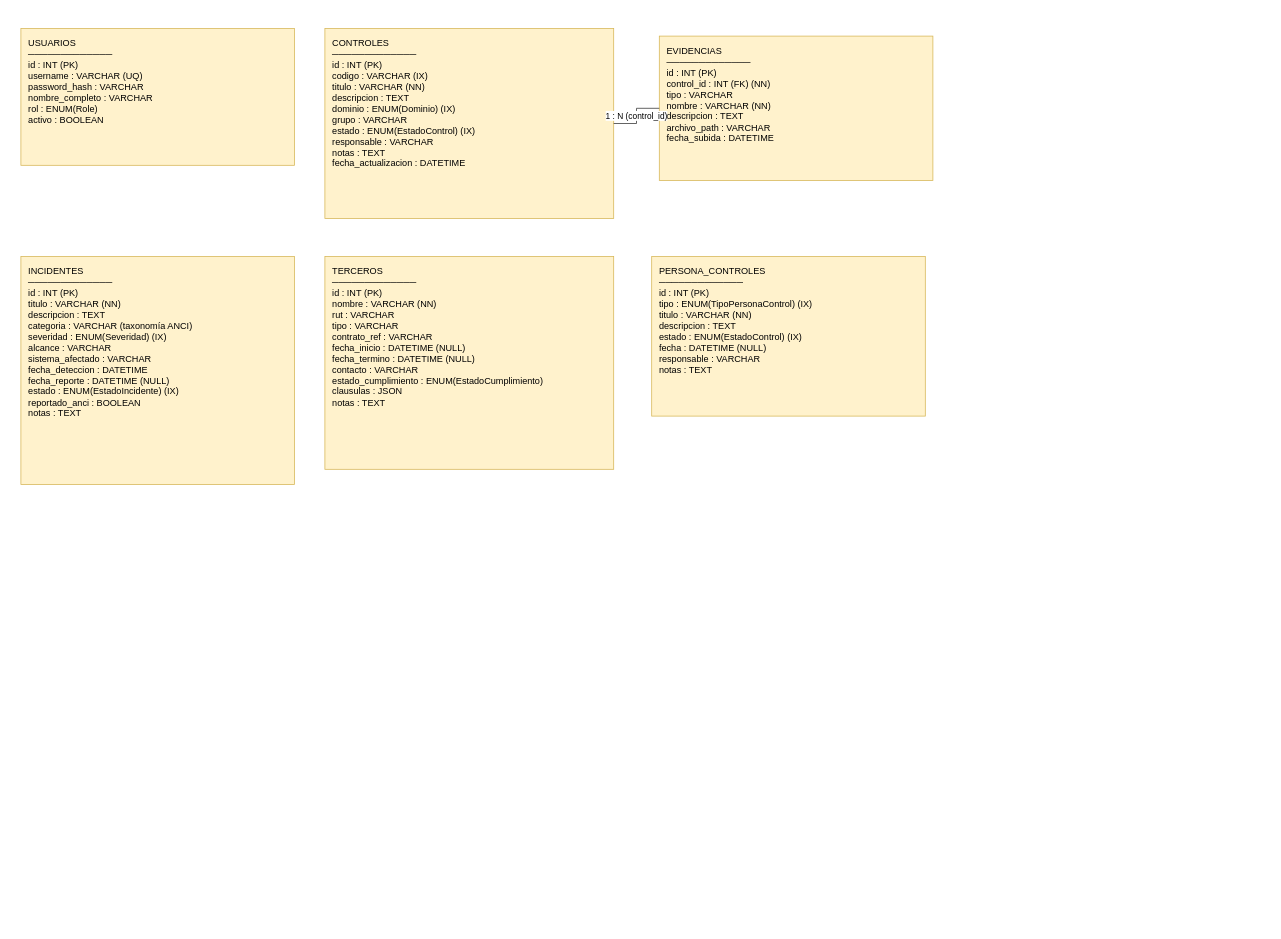
The draw.io diagram Documentacion/Entregas/U2-Desarrollo_e_Implementacion/05_modelo_datos/05a_modelo_datos.drawio in pbahamondez-inacap/proyectotitulo-inacap-Pbahamondez, before the edit. Source tidied: cells renumbered, new cells numbered last; positions are measured from the earlier drawing's top-left corner, leaving out a move shared by most shapes. Both pictures are drawn from the tidied source at 76%, with x=0, y=0 at pixel (21, 28).
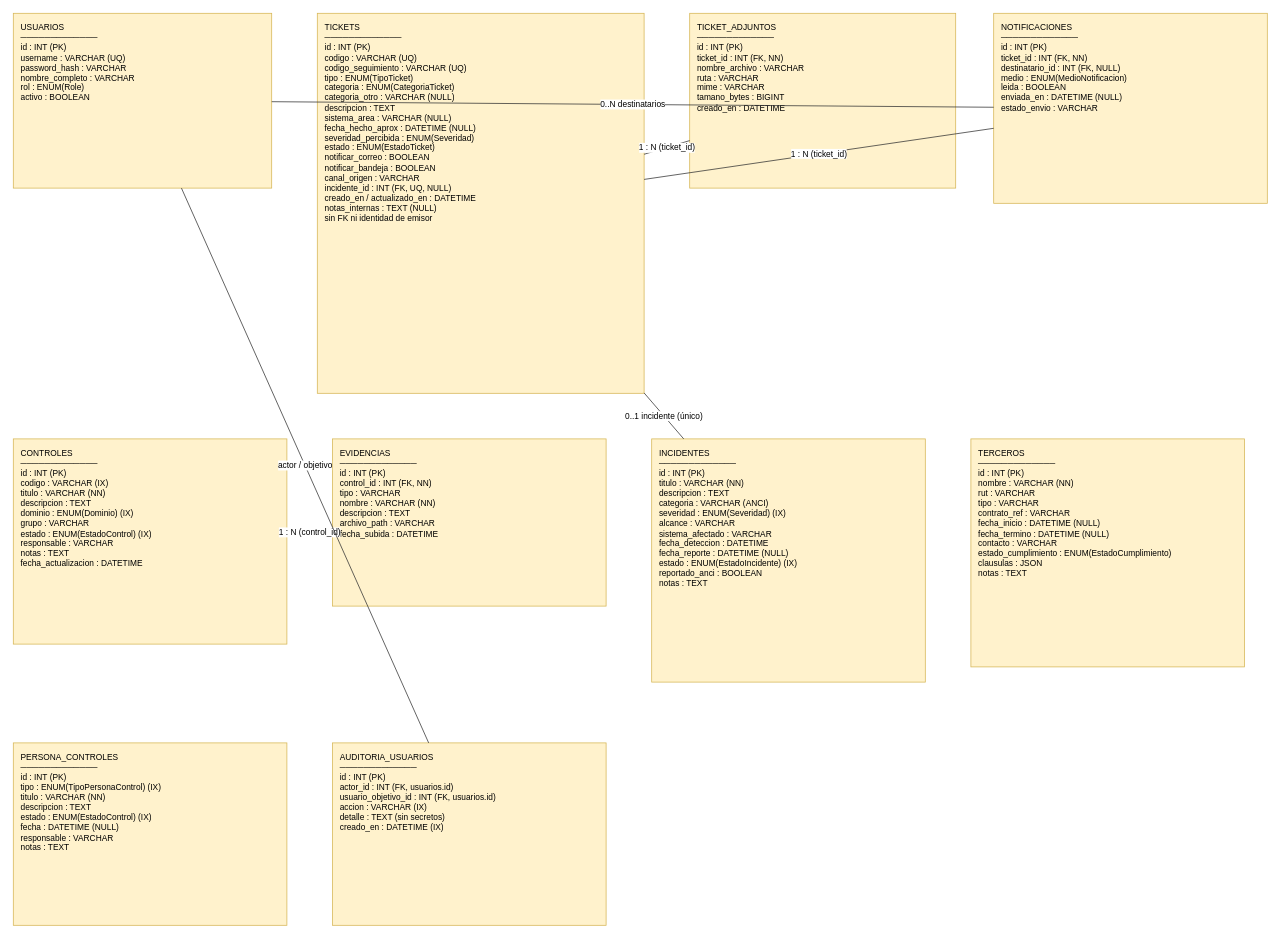
After the change.

Change to the diagram source:
```diff
@@
 <mxGraphModel>
   <root>
     <mxCell id="0" />
     <mxCell id="1" parent="0" />
-    <mxCell id="2" value="USUARIOS&#10;─────────────&#10;id : INT (PK)&#10;username : VARCHAR (UQ)&#10;password_hash : VARCHAR&#10;nombre_completo : VARCHAR&#10;rol : ENUM(Role)&#10;activo : BOOLEAN" style="rounded=0;whiteSpace=wrap;html=1;verticalAlign=top;align=left;spacingLeft=8;spacingTop=6;fillColor=#fff2cc;strokeColor=#d6b656;fontSize=12;" parent="1" vertex="1">
-      <mxGeometry width="360" height="180" as="geometry" />
+    <mxCell id="2" value="USUARIOS&#10;─────────────&#10;id : INT (PK)&#10;username : VARCHAR (UQ)&#10;password_hash : VARCHAR&#10;nombre_completo : VARCHAR&#10;rol : ENUM(Role)&#10;activo : BOOLEAN" style="rounded=0;whiteSpace=wrap;html=1;verticalAlign=top;align=left;spacingLeft=8;spacingTop=6;fillColor=#fff2cc;strokeColor=#d6b656;fontSize=11;" parent="1" vertex="1">
+      <mxGeometry x="-10" y="-20" width="340" height="230" as="geometry" />
     </mxCell>
+    <mxCell id="9" value="TICKETS&#10;─────────────&#10;id : INT (PK)&#10;codigo : VARCHAR (UQ)&#10;codigo_seguimiento : VARCHAR (UQ)&#10;tipo : ENUM(TipoTicket)&#10;categoria : ENUM(CategoriaTicket)&#10;categoria_otro : VARCHAR (NULL)&#10;descripcion : TEXT&#10;sistema_area : VARCHAR (NULL)&#10;fecha_hecho_aprox : DATETIME (NULL)&#10;severidad_percibida : ENUM(Severidad)&#10;estado : ENUM(EstadoTicket)&#10;notificar_correo : BOOLEAN&#10;notificar_bandeja : BOOLEAN&#10;canal_origen : VARCHAR&#10;incidente_id : INT (FK, UQ, NULL)&#10;creado_en / actualizado_en : DATETIME&#10;notas_internas : TEXT (NULL)&#10;sin FK ni identidad de emisor" style="rounded=0;whiteSpace=wrap;html=1;verticalAlign=top;align=left;spacingLeft=8;spacingTop=6;fillColor=#fff2cc;strokeColor=#d6b656;fontSize=11;" parent="1" vertex="1">
+      <mxGeometry x="390" y="-20" width="430" height="500" as="geometry" />
+    </mxCell>
+    <mxCell id="10" value="TICKET_ADJUNTOS&#10;─────────────&#10;id : INT (PK)&#10;ticket_id : INT (FK, NN)&#10;nombre_archivo : VARCHAR&#10;ruta : VARCHAR&#10;mime : VARCHAR&#10;tamano_bytes : BIGINT&#10;creado_en : DATETIME" style="rounded=0;whiteSpace=wrap;html=1;verticalAlign=top;align=left;spacingLeft=8;spacingTop=6;fillColor=#fff2cc;strokeColor=#d6b656;fontSize=11;" parent="1" vertex="1">
+      <mxGeometry x="880" y="-20" width="350" height="230" as="geometry" />
+    </mxCell>
+    <mxCell id="11" value="NOTIFICACIONES&#10;─────────────&#10;id : INT (PK)&#10;ticket_id : INT (FK, NN)&#10;destinatario_id : INT (FK, NULL)&#10;medio : ENUM(MedioNotificacion)&#10;leida : BOOLEAN&#10;enviada_en : DATETIME (NULL)&#10;estado_envio : VARCHAR" style="rounded=0;whiteSpace=wrap;html=1;verticalAlign=top;align=left;spacingLeft=8;spacingTop=6;fillColor=#fff2cc;strokeColor=#d6b656;fontSize=11;" parent="1" vertex="1">
+      <mxGeometry x="1280" y="-20" width="360" height="250" as="geometry" />
+    </mxCell>
-    <mxCell id="3" value="CONTROLES&#10;─────────────&#10;id : INT (PK)&#10;codigo : VARCHAR (IX)&#10;titulo : VARCHAR (NN)&#10;descripcion : TEXT&#10;dominio : ENUM(Dominio) (IX)&#10;grupo : VARCHAR&#10;estado : ENUM(EstadoControl) (IX)&#10;responsable : VARCHAR&#10;notas : TEXT&#10;fecha_actualizacion : DATETIME" style="rounded=0;whiteSpace=wrap;html=1;verticalAlign=top;align=left;spacingLeft=8;spacingTop=6;fillColor=#fff2cc;strokeColor=#d6b656;fontSize=12;" parent="1" vertex="1">
-      <mxGeometry x="400" width="380" height="250" as="geometry" />
+    <mxCell id="3" value="CONTROLES&#10;─────────────&#10;id : INT (PK)&#10;codigo : VARCHAR (IX)&#10;titulo : VARCHAR (NN)&#10;descripcion : TEXT&#10;dominio : ENUM(Dominio) (IX)&#10;grupo : VARCHAR&#10;estado : ENUM(EstadoControl) (IX)&#10;responsable : VARCHAR&#10;notas : TEXT&#10;fecha_actualizacion : DATETIME" style="rounded=0;whiteSpace=wrap;html=1;verticalAlign=top;align=left;spacingLeft=8;spacingTop=6;fillColor=#fff2cc;strokeColor=#d6b656;fontSize=11;" parent="1" vertex="1">
+      <mxGeometry x="-10" y="540" width="360" height="270" as="geometry" />
     </mxCell>
-    <mxCell id="4" value="EVIDENCIAS&#10;─────────────&#10;id : INT (PK)&#10;control_id : INT (FK) (NN)&#10;tipo : VARCHAR&#10;nombre : VARCHAR (NN)&#10;descripcion : TEXT&#10;archivo_path : VARCHAR&#10;fecha_subida : DATETIME" style="rounded=0;whiteSpace=wrap;html=1;verticalAlign=top;align=left;spacingLeft=8;spacingTop=6;fillColor=#fff2cc;strokeColor=#d6b656;fontSize=12;" parent="1" vertex="1">
-      <mxGeometry x="840" y="10" width="360" height="190" as="geometry" />
+    <mxCell id="4" value="EVIDENCIAS&#10;─────────────&#10;id : INT (PK)&#10;control_id : INT (FK, NN)&#10;tipo : VARCHAR&#10;nombre : VARCHAR (NN)&#10;descripcion : TEXT&#10;archivo_path : VARCHAR&#10;fecha_subida : DATETIME" style="rounded=0;whiteSpace=wrap;html=1;verticalAlign=top;align=left;spacingLeft=8;spacingTop=6;fillColor=#fff2cc;strokeColor=#d6b656;fontSize=11;" parent="1" vertex="1">
+      <mxGeometry x="410" y="540" width="360" height="220" as="geometry" />
     </mxCell>
-    <mxCell id="5" value="INCIDENTES&#10;─────────────&#10;id : INT (PK)&#10;titulo : VARCHAR (NN)&#10;descripcion : TEXT&#10;categoria : VARCHAR (taxonomía ANCI)&#10;severidad : ENUM(Severidad) (IX)&#10;alcance : VARCHAR&#10;sistema_afectado : VARCHAR&#10;fecha_deteccion : DATETIME&#10;fecha_reporte : DATETIME (NULL)&#10;estado : ENUM(EstadoIncidente) (IX)&#10;reportado_anci : BOOLEAN&#10;notas : TEXT" style="rounded=0;whiteSpace=wrap;html=1;verticalAlign=top;align=left;spacingLeft=8;spacingTop=6;fillColor=#fff2cc;strokeColor=#d6b656;fontSize=12;" parent="1" vertex="1">
-      <mxGeometry y="300" width="360" height="300" as="geometry" />
+    <mxCell id="5" value="INCIDENTES&#10;─────────────&#10;id : INT (PK)&#10;titulo : VARCHAR (NN)&#10;descripcion : TEXT&#10;categoria : VARCHAR (ANCI)&#10;severidad : ENUM(Severidad) (IX)&#10;alcance : VARCHAR&#10;sistema_afectado : VARCHAR&#10;fecha_deteccion : DATETIME&#10;fecha_reporte : DATETIME (NULL)&#10;estado : ENUM(EstadoIncidente) (IX)&#10;reportado_anci : BOOLEAN&#10;notas : TEXT" style="rounded=0;whiteSpace=wrap;html=1;verticalAlign=top;align=left;spacingLeft=8;spacingTop=6;fillColor=#fff2cc;strokeColor=#d6b656;fontSize=11;" parent="1" vertex="1">
+      <mxGeometry x="830" y="540" width="360" height="320" as="geometry" />
     </mxCell>
-    <mxCell id="6" value="TERCEROS&#10;─────────────&#10;id : INT (PK)&#10;nombre : VARCHAR (NN)&#10;rut : VARCHAR&#10;tipo : VARCHAR&#10;contrato_ref : VARCHAR&#10;fecha_inicio : DATETIME (NULL)&#10;fecha_termino : DATETIME (NULL)&#10;contacto : VARCHAR&#10;estado_cumplimiento : ENUM(EstadoCumplimiento)&#10;clausulas : JSON&#10;notas : TEXT" style="rounded=0;whiteSpace=wrap;html=1;verticalAlign=top;align=left;spacingLeft=8;spacingTop=6;fillColor=#fff2cc;strokeColor=#d6b656;fontSize=12;" parent="1" vertex="1">
-      <mxGeometry x="400" y="300" width="380" height="280" as="geometry" />
+    <mxCell id="6" value="TERCEROS&#10;─────────────&#10;id : INT (PK)&#10;nombre : VARCHAR (NN)&#10;rut : VARCHAR&#10;tipo : VARCHAR&#10;contrato_ref : VARCHAR&#10;fecha_inicio : DATETIME (NULL)&#10;fecha_termino : DATETIME (NULL)&#10;contacto : VARCHAR&#10;estado_cumplimiento : ENUM(EstadoCumplimiento)&#10;clausulas : JSON&#10;notas : TEXT" style="rounded=0;whiteSpace=wrap;html=1;verticalAlign=top;align=left;spacingLeft=8;spacingTop=6;fillColor=#fff2cc;strokeColor=#d6b656;fontSize=11;" parent="1" vertex="1">
+      <mxGeometry x="1250" y="540" width="360" height="300" as="geometry" />
     </mxCell>
-    <mxCell id="7" value="PERSONA_CONTROLES&#10;─────────────&#10;id : INT (PK)&#10;tipo : ENUM(TipoPersonaControl) (IX)&#10;titulo : VARCHAR (NN)&#10;descripcion : TEXT&#10;estado : ENUM(EstadoControl) (IX)&#10;fecha : DATETIME (NULL)&#10;responsable : VARCHAR&#10;notas : TEXT" style="rounded=0;whiteSpace=wrap;html=1;verticalAlign=top;align=left;spacingLeft=8;spacingTop=6;fillColor=#fff2cc;strokeColor=#d6b656;fontSize=12;" parent="1" vertex="1">
-      <mxGeometry x="830" y="300" width="360" height="210" as="geometry" />
+    <mxCell id="7" value="PERSONA_CONTROLES&#10;─────────────&#10;id : INT (PK)&#10;tipo : ENUM(TipoPersonaControl) (IX)&#10;titulo : VARCHAR (NN)&#10;descripcion : TEXT&#10;estado : ENUM(EstadoControl) (IX)&#10;fecha : DATETIME (NULL)&#10;responsable : VARCHAR&#10;notas : TEXT" style="rounded=0;whiteSpace=wrap;html=1;verticalAlign=top;align=left;spacingLeft=8;spacingTop=6;fillColor=#fff2cc;strokeColor=#d6b656;fontSize=11;" parent="1" vertex="1">
+      <mxGeometry x="-10" y="940" width="360" height="240" as="geometry" />
     </mxCell>
+    <mxCell id="12" value="AUDITORIA_USUARIOS&#10;─────────────&#10;id : INT (PK)&#10;actor_id : INT (FK, usuarios.id)&#10;usuario_objetivo_id : INT (FK, usuarios.id)&#10;accion : VARCHAR (IX)&#10;detalle : TEXT (sin secretos)&#10;creado_en : DATETIME (IX)" style="rounded=0;whiteSpace=wrap;html=1;verticalAlign=top;align=left;spacingLeft=8;spacingTop=6;fillColor=#fff2cc;strokeColor=#d6b656;fontSize=11;" parent="1" vertex="1">
+      <mxGeometry x="410" y="940" width="360" height="240" as="geometry" />
+    </mxCell>
-    <mxCell id="8" value="1 : N (control_id)" style="edgeStyle=orthogonalEdgeStyle;rounded=0;html=1;endArrow=none;strokeColor=#333333;fontSize=11;" parent="1" edge="1" source="3" target="4">
+    <mxCell id="8" value="1 : N (control_id)" style="html=1;endArrow=none;strokeColor=#333333;" parent="1" edge="1" source="3" target="4">
       <mxGeometry relative="1" as="geometry" />
     </mxCell>
+    <mxCell id="13" value="1 : N (ticket_id)" style="html=1;endArrow=none;strokeColor=#333333;" parent="1" edge="1" source="9" target="10">
+      <mxGeometry relative="1" as="geometry" />
+    </mxCell>
+    <mxCell id="14" value="1 : N (ticket_id)" style="html=1;endArrow=none;strokeColor=#333333;" parent="1" edge="1" source="9" target="11">
+      <mxGeometry relative="1" as="geometry" />
+    </mxCell>
+    <mxCell id="15" value="0..N destinatarios" style="html=1;endArrow=none;strokeColor=#333333;" parent="1" edge="1" source="2" target="11">
+      <mxGeometry relative="1" as="geometry" />
+    </mxCell>
+    <mxCell id="16" value="actor / objetivo" style="html=1;endArrow=none;strokeColor=#333333;" parent="1" edge="1" source="2" target="12">
+      <mxGeometry relative="1" as="geometry" />
+    </mxCell>
+    <mxCell id="17" value="0..1 incidente (único)" style="html=1;endArrow=none;strokeColor=#333333;" parent="1" edge="1" source="9" target="5">
+      <mxGeometry relative="1" as="geometry" />
+    </mxCell>
   </root>
 </mxGraphModel>
```
